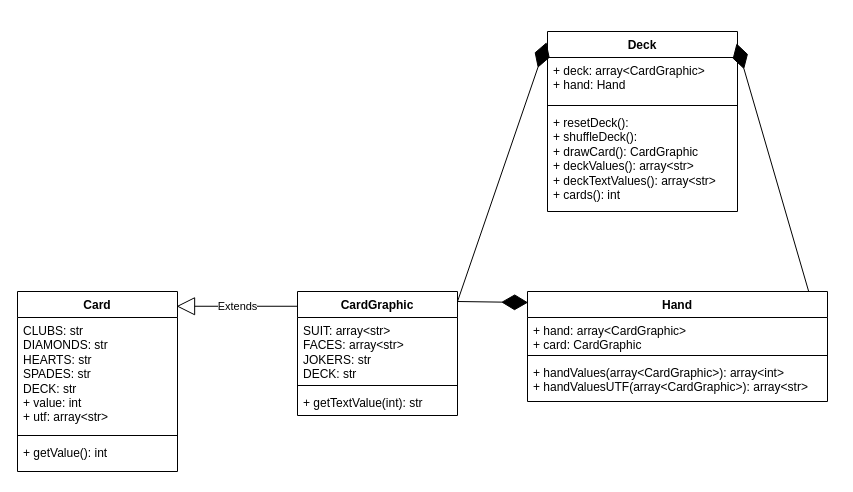
The draw.io diagram card.drawio in dougherty-dev/mvc, before the edit. Source tidied: cells renumbered, new cells numbered last; positions are measured from the earlier drawing's top-left corner, leaving out a move shared by most shapes. Both pictures are drawn from the tidied source at 100%, with x=0, y=0 at pixel (17, 31).
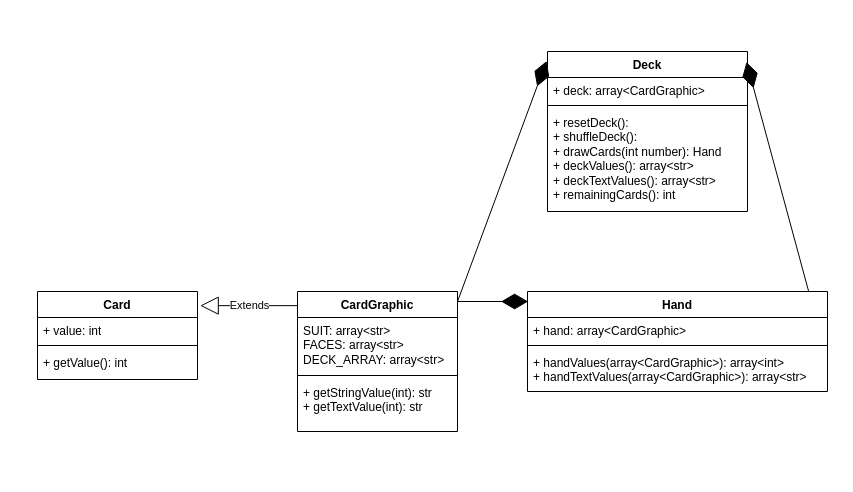
The same page after the edit.

Change to the diagram source:
```diff
@@
     <mxCell id="2" value="Card" style="swimlane;fontStyle=1;align=center;verticalAlign=top;horizontal=1;startSize=26;whiteSpace=wrap;html=1;" parent="1" vertex="1">
-      <mxGeometry y="260" width="160" height="180" as="geometry" />
+      <mxGeometry x="20" y="260" width="160" height="88" as="geometry" />
     </mxCell>
-    <mxCell id="3" value="&lt;div&gt;CLUBS: str&lt;/div&gt;&lt;div&gt;DIAMONDS: str&lt;/div&gt;&lt;div&gt;HEARTS: str&lt;/div&gt;&lt;div&gt;SPADES: str&lt;/div&gt;&lt;div&gt;DECK: str&lt;/div&gt;+ value: int&lt;div&gt;+ utf: array&amp;lt;str&amp;gt;&lt;/div&gt;" style="text;strokeColor=none;fillColor=none;align=left;verticalAlign=top;spacingLeft=4;spacingRight=4;overflow=hidden;whiteSpace=wrap;html=1;" parent="2" vertex="1">
-      <mxGeometry y="26" width="160" height="114" as="geometry" />
+    <mxCell id="3" value="&lt;div&gt;&lt;span style=&quot;background-color: transparent; color: light-dark(rgb(0, 0, 0), rgb(255, 255, 255));&quot;&gt;+ value: int&lt;/span&gt;&lt;/div&gt;" style="text;strokeColor=none;fillColor=none;align=left;verticalAlign=top;spacingLeft=4;spacingRight=4;overflow=hidden;whiteSpace=wrap;html=1;" parent="2" vertex="1">
+      <mxGeometry y="26" width="160" height="24" as="geometry" />
     </mxCell>
     <mxCell id="4" style="line;strokeWidth=1;fillColor=none;align=left;verticalAlign=middle;spacingTop=-1;spacingLeft=3;spacingRight=3;labelPosition=right;strokeColor=inherit;" parent="2" vertex="1">
-      <mxGeometry y="140" width="160" height="8" as="geometry" />
+      <mxGeometry y="50" width="160" height="8" as="geometry" />
     </mxCell>
     <mxCell id="5" value="+ getValue(): int" style="text;strokeColor=none;fillColor=none;align=left;verticalAlign=top;spacingLeft=4;spacingRight=4;overflow=hidden;whiteSpace=wrap;html=1;" parent="2" vertex="1">
-      <mxGeometry y="148" width="160" height="32" as="geometry" />
+      <mxGeometry y="58" width="160" height="30" as="geometry" />
     </mxCell>
     <mxCell id="6" value="CardGraphic" style="swimlane;fontStyle=1;align=center;verticalAlign=top;horizontal=1;startSize=26;whiteSpace=wrap;html=1;" parent="1" vertex="1">
-      <mxGeometry x="280" y="260" width="160" height="124" as="geometry" />
+      <mxGeometry x="280" y="260" width="160" height="140" as="geometry" />
     </mxCell>
-    <mxCell id="7" value="SUIT: array&amp;lt;str&amp;gt;&lt;div&gt;FACES: array&amp;lt;str&amp;gt;&lt;/div&gt;&lt;div&gt;JOKERS: str&lt;/div&gt;&lt;div&gt;DECK: str&lt;/div&gt;" style="text;strokeColor=none;fillColor=none;align=left;verticalAlign=top;spacingLeft=4;spacingRight=4;overflow=hidden;whiteSpace=wrap;html=1;" parent="6" vertex="1">
-      <mxGeometry y="26" width="160" height="64" as="geometry" />
+    <mxCell id="7" value="SUIT: array&amp;lt;str&amp;gt;&lt;div&gt;FACES: array&amp;lt;str&amp;gt;&lt;/div&gt;&lt;div&gt;DECK_ARRAY: array&amp;lt;str&amp;gt;&lt;/div&gt;" style="text;strokeColor=none;fillColor=none;align=left;verticalAlign=top;spacingLeft=4;spacingRight=4;overflow=hidden;whiteSpace=wrap;html=1;" parent="6" vertex="1">
+      <mxGeometry y="26" width="160" height="54" as="geometry" />
     </mxCell>
     <mxCell id="8" style="line;strokeWidth=1;fillColor=none;align=left;verticalAlign=middle;spacingTop=-1;spacingLeft=3;spacingRight=3;labelPosition=right;strokeColor=inherit;" parent="6" vertex="1">
-      <mxGeometry y="90" width="160" height="8" as="geometry" />
+      <mxGeometry y="80" width="160" height="8" as="geometry" />
     </mxCell>
-    <mxCell id="9" value="+ getTextValue(int): str" style="text;strokeColor=none;fillColor=none;align=left;verticalAlign=top;spacingLeft=4;spacingRight=4;overflow=hidden;whiteSpace=wrap;html=1;" parent="6" vertex="1">
-      <mxGeometry y="98" width="160" height="26" as="geometry" />
+    <mxCell id="9" value="+ getStringValue(int): str&lt;div&gt;+ getTextValue(int): str&lt;/div&gt;" style="text;strokeColor=none;fillColor=none;align=left;verticalAlign=top;spacingLeft=4;spacingRight=4;overflow=hidden;whiteSpace=wrap;html=1;" parent="6" vertex="1">
+      <mxGeometry y="88" width="160" height="52" as="geometry" />
     </mxCell>
     <mxCell id="10" value="Hand" style="swimlane;fontStyle=1;align=center;verticalAlign=top;horizontal=1;startSize=26;whiteSpace=wrap;html=1;" parent="1" vertex="1">
-      <mxGeometry x="510" y="260" width="300" height="110" as="geometry" />
+      <mxGeometry x="510" y="260" width="300" height="100" as="geometry" />
     </mxCell>
-    <mxCell id="11" value="+ hand: array&amp;lt;CardGraphic&amp;gt;&lt;div&gt;+ card: CardGraphic&lt;/div&gt;" style="text;strokeColor=none;fillColor=none;align=left;verticalAlign=top;spacingLeft=4;spacingRight=4;overflow=hidden;whiteSpace=wrap;html=1;" parent="10" vertex="1">
-      <mxGeometry y="26" width="300" height="34" as="geometry" />
+    <mxCell id="11" value="+ hand: array&amp;lt;CardGraphic&amp;gt;" style="text;strokeColor=none;fillColor=none;align=left;verticalAlign=top;spacingLeft=4;spacingRight=4;overflow=hidden;whiteSpace=wrap;html=1;" parent="10" vertex="1">
+      <mxGeometry y="26" width="300" height="24" as="geometry" />
     </mxCell>
     <mxCell id="12" style="line;strokeWidth=1;fillColor=none;align=left;verticalAlign=middle;spacingTop=-1;spacingLeft=3;spacingRight=3;labelPosition=right;strokeColor=inherit;" parent="10" vertex="1">
-      <mxGeometry y="60" width="300" height="8" as="geometry" />
+      <mxGeometry y="50" width="300" height="8" as="geometry" />
     </mxCell>
-    <mxCell id="13" value="+ handValues(array&amp;lt;CardGraphic&amp;gt;): array&amp;lt;int&amp;gt;&lt;div&gt;+ handValuesUTF(array&amp;lt;CardGraphic&amp;gt;): array&amp;lt;str&amp;gt;&lt;/div&gt;" style="text;strokeColor=none;fillColor=none;align=left;verticalAlign=top;spacingLeft=4;spacingRight=4;overflow=hidden;whiteSpace=wrap;html=1;" parent="10" vertex="1">
-      <mxGeometry y="68" width="300" height="42" as="geometry" />
+    <mxCell id="13" value="+ handValues(array&amp;lt;CardGraphic&amp;gt;): array&amp;lt;int&amp;gt;&lt;div&gt;+ handTextValues(array&amp;lt;CardGraphic&amp;gt;): array&amp;lt;str&amp;gt;&lt;/div&gt;" style="text;strokeColor=none;fillColor=none;align=left;verticalAlign=top;spacingLeft=4;spacingRight=4;overflow=hidden;whiteSpace=wrap;html=1;" parent="10" vertex="1">
+      <mxGeometry y="58" width="300" height="42" as="geometry" />
     </mxCell>
@@
     <mxCell id="15" value="Deck" style="swimlane;fontStyle=1;align=center;verticalAlign=top;horizontal=1;startSize=26;whiteSpace=wrap;html=1;" parent="1" vertex="1">
-      <mxGeometry x="530" width="190" height="180" as="geometry" />
+      <mxGeometry x="530" y="20" width="200" height="160" as="geometry" />
     </mxCell>
-    <mxCell id="16" value="+ deck: array&amp;lt;CardGraphic&amp;gt;&lt;div&gt;+ hand: Hand&lt;div&gt;&lt;br&gt;&lt;/div&gt;&lt;/div&gt;" style="text;strokeColor=none;fillColor=none;align=left;verticalAlign=top;spacingLeft=4;spacingRight=4;overflow=hidden;whiteSpace=wrap;html=1;" parent="15" vertex="1">
-      <mxGeometry y="26" width="190" height="44" as="geometry" />
+    <mxCell id="16" value="+ deck: array&amp;lt;CardGraphic&amp;gt;" style="text;strokeColor=none;fillColor=none;align=left;verticalAlign=top;spacingLeft=4;spacingRight=4;overflow=hidden;whiteSpace=wrap;html=1;" parent="15" vertex="1">
+      <mxGeometry y="26" width="200" height="24" as="geometry" />
     </mxCell>
     <mxCell id="17" style="line;strokeWidth=1;fillColor=none;align=left;verticalAlign=middle;spacingTop=-1;spacingLeft=3;spacingRight=3;labelPosition=right;strokeColor=inherit;" parent="15" vertex="1">
-      <mxGeometry y="70" width="190" height="8" as="geometry" />
+      <mxGeometry y="50" width="200" height="8" as="geometry" />
     </mxCell>
-    <mxCell id="18" value="+ resetDeck():&lt;div&gt;+ shuffleDeck():&lt;/div&gt;&lt;div&gt;+ drawCard(): CardGraphic&lt;/div&gt;&lt;div&gt;+ deckValues(): array&amp;lt;str&amp;gt;&lt;/div&gt;&lt;div&gt;+ deckTextValues(): array&amp;lt;str&amp;gt;&lt;/div&gt;&lt;div&gt;+ cards(): int&lt;/div&gt;" style="text;strokeColor=none;fillColor=none;align=left;verticalAlign=top;spacingLeft=4;spacingRight=4;overflow=hidden;whiteSpace=wrap;html=1;" parent="15" vertex="1">
-      <mxGeometry y="78" width="190" height="102" as="geometry" />
+    <mxCell id="18" value="+ resetDeck():&lt;div&gt;+ shuffleDeck():&lt;/div&gt;&lt;div&gt;+ drawCards(int number): Hand&lt;/div&gt;&lt;div&gt;+ deckValues(): array&amp;lt;str&amp;gt;&lt;/div&gt;&lt;div&gt;+ deckTextValues(): array&amp;lt;str&amp;gt;&lt;/div&gt;&lt;div&gt;+ remainingCards(): int&lt;/div&gt;" style="text;strokeColor=none;fillColor=none;align=left;verticalAlign=top;spacingLeft=4;spacingRight=4;overflow=hidden;whiteSpace=wrap;html=1;" parent="15" vertex="1">
+      <mxGeometry y="58" width="200" height="102" as="geometry" />
     </mxCell>
@@
-    <mxCell id="21" value="Extends" style="endArrow=block;endSize=16;endFill=0;html=1;rounded=0;exitX=0;exitY=0.119;exitDx=0;exitDy=0;exitPerimeter=0;entryX=0.994;entryY=0.082;entryDx=0;entryDy=0;entryPerimeter=0;" parent="1" edge="1" source="6" target="2">
+    <mxCell id="21" value="Extends" style="endArrow=block;endSize=16;endFill=0;html=1;rounded=0;exitX=-0.003;exitY=0.101;exitDx=0;exitDy=0;exitPerimeter=0;entryX=1.017;entryY=0.161;entryDx=0;entryDy=0;entryPerimeter=0;" parent="1" edge="1" source="6" target="2">
       <mxGeometry relative="1" as="geometry" />
     </mxCell>
```
